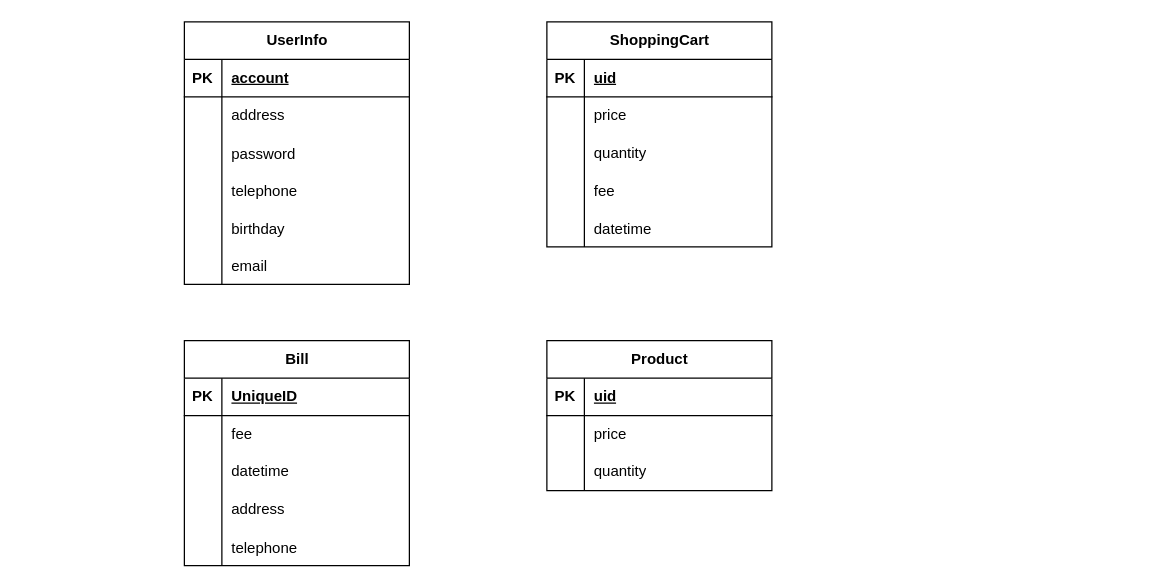
Earlier version of the draw.io diagram 未命名绘图.drawio (gyes990123/Lab_A). Source tidied: cells renumbered, new cells numbered last; positions are measured from the earlier drawing's top-left corner, leaving out a move shared by most shapes. Both pictures are drawn from the tidied source at 125%, with x=0, y=0 at pixel (184, 21).
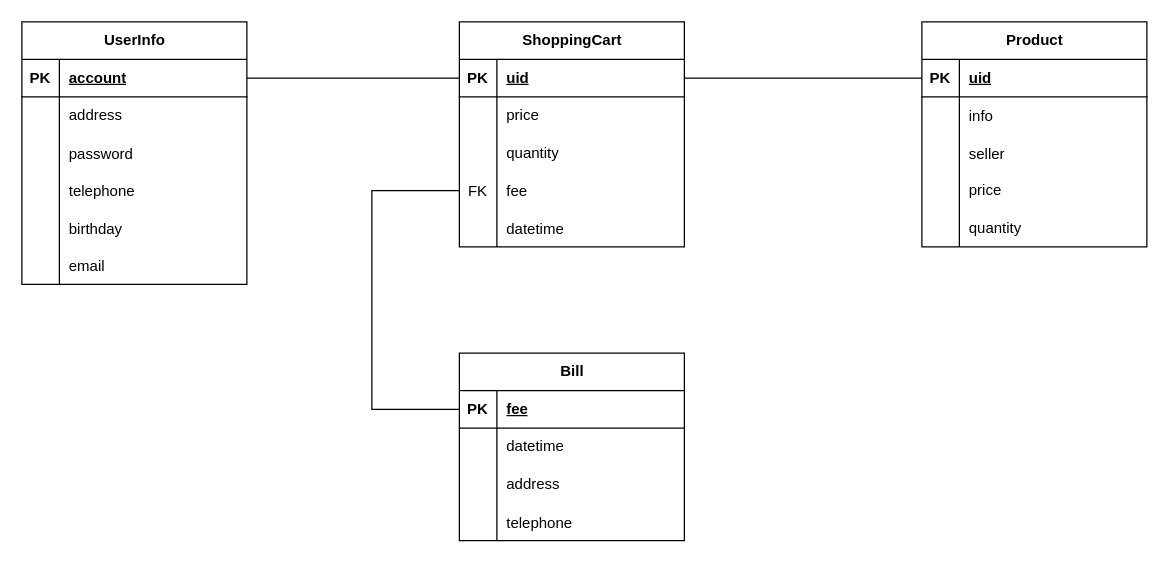
The same page after the edit.

Commit message (it also covers changes not shown here):
更新未命名绘图.drawio

Unchanged cells that the change refers to:
```xml
<mxCell id="22" style="shape=tableRow;horizontal=0;startSize=0;swimlaneHead=0;swimlaneBody=0;fillColor=none;points=[[0,0.5],[1,0.5]];portConstraint=eastwest;top=0;left=0;right=0;bottom=1;" parent="21" vertex="1">
  <mxGeometry y="30" width="180" height="30" as="geometry" />
</mxCell>
<mxCell id="31" style="shape=tableRow;horizontal=0;startSize=0;swimlaneHead=0;swimlaneBody=0;fillColor=none;points=[[0,0.5],[1,0.5]];portConstraint=eastwest;top=0;left=0;right=0;bottom=0;" parent="21" vertex="1">
  <mxGeometry y="120" width="180" height="30" as="geometry" />
</mxCell>
<mxCell id="38" style="shape=tableRow;horizontal=0;startSize=0;swimlaneHead=0;swimlaneBody=0;fillColor=none;points=[[0,0.5],[1,0.5]];portConstraint=eastwest;top=0;left=0;right=0;bottom=1;" parent="37" vertex="1">
  <mxGeometry y="30" width="180" height="30" as="geometry" />
</mxCell>
<mxCell id="54" style="shape=tableRow;horizontal=0;startSize=0;swimlaneHead=0;swimlaneBody=0;fillColor=none;points=[[0,0.5],[1,0.5]];portConstraint=eastwest;top=0;left=0;right=0;bottom=1;" parent="53" vertex="1">
  <mxGeometry y="30" width="180" height="30" as="geometry" />
</mxCell>
```

The edit, as a diff of the source:
```diff
@@
     <mxCell id="2" value="UserInfo" style="shape=table;startSize=30;childLayout=tableLayout;rowLines=0;fontStyle=1;align=center;html=1;" parent="1" vertex="1">
-      <mxGeometry width="180" height="210" as="geometry" />
+      <mxGeometry x="-130" width="180" height="210" as="geometry" />
     </mxCell>
@@
     <mxCell id="21" value="ShoppingCart" style="shape=table;startSize=30;childLayout=tableLayout;rowLines=0;fontStyle=1;align=center;html=1;" parent="1" vertex="1">
-      <mxGeometry x="290" width="180" height="180" as="geometry" />
+      <mxGeometry x="220" width="180" height="180" as="geometry" />
     </mxCell>
@@
-    <mxCell id="32" style="shape=partialRectangle;fillColor=none;top=0;left=0;bottom=0;right=0;overflow=hidden;" parent="31" vertex="1">
+    <mxCell id="32" value="FK" style="shape=partialRectangle;fillColor=none;top=0;left=0;bottom=0;right=0;overflow=hidden;" parent="31" vertex="1">
       <mxGeometry width="30" height="30" as="geometry" />
     </mxCell>
@@
     <mxCell id="37" value="Bill" style="shape=table;startSize=30;childLayout=tableLayout;rowLines=0;fontStyle=1;align=center;html=1;" parent="1" vertex="1">
-      <mxGeometry y="255" width="180" height="180" as="geometry" />
+      <mxGeometry x="220" y="265" width="180" height="150" as="geometry" />
     </mxCell>
@@
-    <mxCell id="40" value="UniqueID" style="shape=partialRectangle;fillColor=none;top=0;left=0;bottom=0;right=0;align=left;spacingLeft=6;fontStyle=5;overflow=hidden;whiteSpace=wrap;html=1;" parent="38" vertex="1">
+    <mxCell id="40" value="fee" style="shape=partialRectangle;fillColor=none;top=0;left=0;bottom=0;right=0;align=left;spacingLeft=6;fontStyle=5;overflow=hidden;whiteSpace=wrap;html=1;" parent="38" vertex="1">
       <mxGeometry x="30" width="150" height="30" as="geometry" />
     </mxCell>
-    <mxCell id="41" style="shape=tableRow;horizontal=0;startSize=0;swimlaneHead=0;swimlaneBody=0;fillColor=none;top=0;left=0;right=0;bottom=0;" parent="37" vertex="1">
-      <mxGeometry y="60" width="180" height="30" as="geometry" />
-    </mxCell>
-    <mxCell id="42" style="shape=partialRectangle;fillColor=none;top=0;left=0;bottom=0;right=0;overflow=hidden;whiteSpace=wrap;html=1;" parent="41" vertex="1">
-      <mxGeometry width="30" height="30" as="geometry" />
-    </mxCell>
-    <mxCell id="43" value="fee" style="shape=partialRectangle;fillColor=none;top=0;left=0;bottom=0;right=0;align=left;spacingLeft=6;overflow=hidden;whiteSpace=wrap;html=1;" parent="41" vertex="1">
-      <mxGeometry x="30" width="150" height="30" as="geometry" />
-    </mxCell>
     <mxCell id="44" style="shape=tableRow;horizontal=0;startSize=0;swimlaneHead=0;swimlaneBody=0;fillColor=none;top=0;left=0;right=0;bottom=0;" parent="37" vertex="1">
-      <mxGeometry y="90" width="180" height="30" as="geometry" />
+      <mxGeometry y="60" width="180" height="30" as="geometry" />
     </mxCell>
@@
     <mxCell id="47" style="shape=tableRow;horizontal=0;startSize=0;swimlaneHead=0;swimlaneBody=0;fillColor=none;top=0;left=0;right=0;bottom=0;" parent="37" vertex="1">
-      <mxGeometry y="120" width="180" height="30" as="geometry" />
+      <mxGeometry y="90" width="180" height="30" as="geometry" />
     </mxCell>
@@
     <mxCell id="50" style="shape=tableRow;horizontal=0;startSize=0;swimlaneHead=0;swimlaneBody=0;fillColor=none;top=0;left=0;right=0;bottom=0;" parent="37" vertex="1">
-      <mxGeometry y="150" width="180" height="30" as="geometry" />
+      <mxGeometry y="120" width="180" height="30" as="geometry" />
     </mxCell>
@@
     <mxCell id="53" value="Product" style="shape=table;startSize=30;childLayout=tableLayout;rowLines=0;fontStyle=1;align=center;html=1;" parent="1" vertex="1">
-      <mxGeometry x="290" y="255" width="180" height="120" as="geometry" />
+      <mxGeometry x="590" width="180" height="180" as="geometry" />
     </mxCell>
@@
+    <mxCell id="41" style="shape=tableRow;horizontal=0;startSize=0;swimlaneHead=0;swimlaneBody=0;fillColor=none;top=0;left=0;right=0;bottom=0;" parent="53" vertex="1">
+      <mxGeometry y="60" width="180" height="30" as="geometry" />
+    </mxCell>
+    <mxCell id="63" style="shape=partialRectangle;fillColor=none;top=0;left=0;bottom=0;right=0;overflow=hidden;" parent="41" vertex="1">
+      <mxGeometry width="30" height="30" as="geometry" />
+    </mxCell>
+    <mxCell id="64" value="info" style="shape=partialRectangle;fillColor=none;top=0;left=0;bottom=0;right=0;align=left;spacingLeft=6;overflow=hidden;" parent="41" vertex="1">
+      <mxGeometry x="30" width="150" height="30" as="geometry" />
+    </mxCell>
+    <mxCell id="65" style="shape=tableRow;horizontal=0;startSize=0;swimlaneHead=0;swimlaneBody=0;fillColor=none;top=0;left=0;right=0;bottom=0;" parent="53" vertex="1">
+      <mxGeometry y="90" width="180" height="30" as="geometry" />
+    </mxCell>
+    <mxCell id="66" style="shape=partialRectangle;fillColor=none;top=0;left=0;bottom=0;right=0;overflow=hidden;" parent="65" vertex="1">
+      <mxGeometry width="30" height="30" as="geometry" />
+    </mxCell>
+    <mxCell id="67" value="seller" style="shape=partialRectangle;fillColor=none;top=0;left=0;bottom=0;right=0;align=left;spacingLeft=6;overflow=hidden;" parent="65" vertex="1">
+      <mxGeometry x="30" width="150" height="30" as="geometry" />
+    </mxCell>
     <mxCell id="57" style="shape=tableRow;horizontal=0;startSize=0;swimlaneHead=0;swimlaneBody=0;fillColor=none;top=0;left=0;right=0;bottom=0;" parent="53" vertex="1">
-      <mxGeometry y="60" width="180" height="30" as="geometry" />
+      <mxGeometry y="120" width="180" height="30" as="geometry" />
     </mxCell>
@@
     <mxCell id="60" style="shape=tableRow;horizontal=0;startSize=0;swimlaneHead=0;swimlaneBody=0;fillColor=none;top=0;left=0;right=0;bottom=0;" parent="53" vertex="1">
-      <mxGeometry y="90" width="180" height="30" as="geometry" />
+      <mxGeometry y="150" width="180" height="30" as="geometry" />
     </mxCell>
@@
+    <mxCell id="68" style="endArrow=none;html=1;rounded=0;entryX=0;entryY=0.5;entryDx=0;entryDy=0;" parent="1" edge="1" target="22">
+      <mxGeometry relative="1" as="geometry">
+        <mxPoint x="50" y="45" as="sourcePoint" />
+      </mxGeometry>
+    </mxCell>
+    <mxCell id="69" style="endArrow=none;html=1;rounded=0;entryX=0;entryY=0.5;entryDx=0;entryDy=0;" parent="1" edge="1" target="54">
+      <mxGeometry relative="1" as="geometry">
+        <mxPoint x="400" y="45" as="sourcePoint" />
+      </mxGeometry>
+    </mxCell>
+    <mxCell id="70" style="endArrow=none;html=1;rounded=0;exitX=0;exitY=0.5;exitDx=0;exitDy=0;entryX=0;entryY=0.5;entryDx=0;entryDy=0;" parent="1" edge="1" source="31" target="38">
+      <mxGeometry relative="1" as="geometry">
+        <Array as="points">
+          <mxPoint x="150" y="135" />
+          <mxPoint x="150" y="310" />
+        </Array>
+      </mxGeometry>
+    </mxCell>
```
